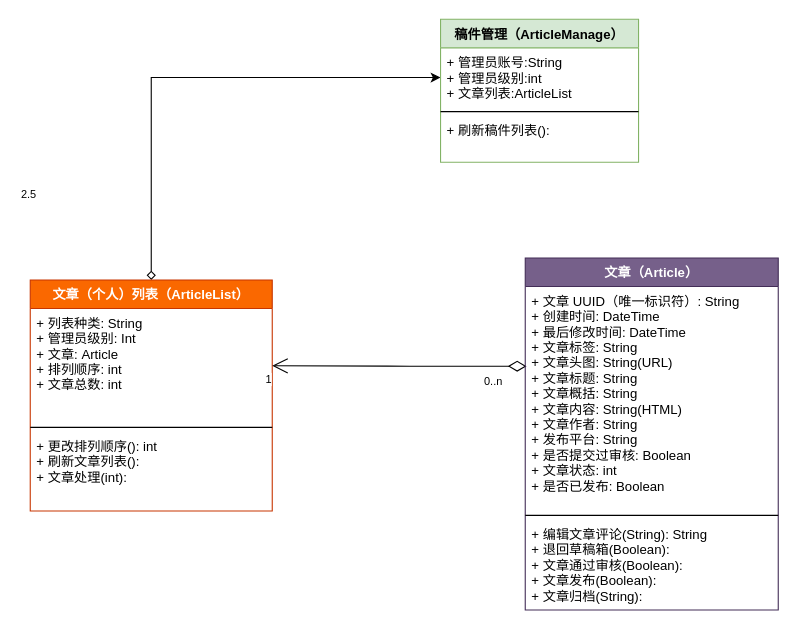
This is 1-SoftwareRequirements/ArticleManagement/am_class.drawio from zan-press/diagram, a draw.io file, before an edit. Source tidied: cells renumbered, new cells numbered last; positions are measured from the earlier drawing's top-left corner, leaving out a move shared by most shapes. Both pictures are drawn from the tidied source at 110%, with x=0, y=0 at pixel (19, 19).
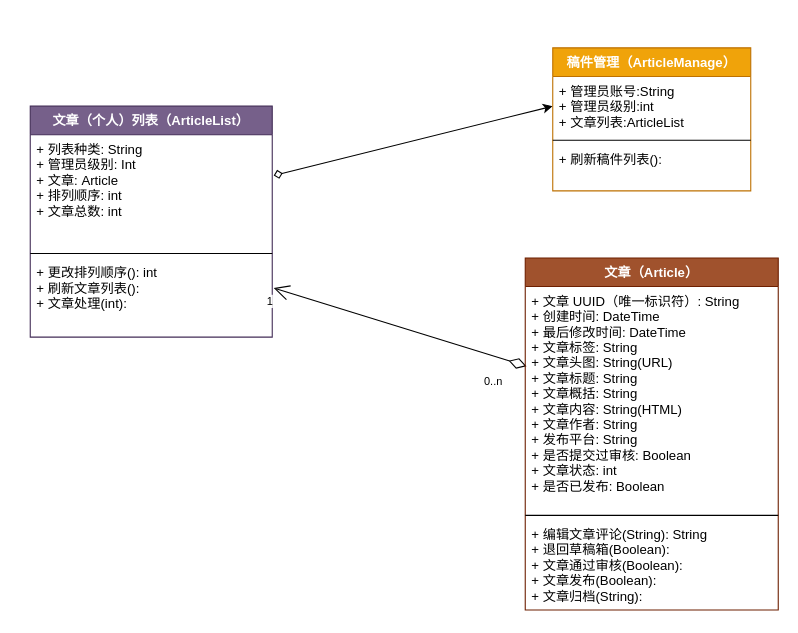
Above is the later version.

Diff of the diagram source:
```diff
@@
 <mxGraphModel>
   <root>
     <mxCell id="0" />
     <mxCell id="1" parent="0" />
-    <mxCell id="2" style="edgeStyle=orthogonalEdgeStyle;rounded=0;jettySize=auto;html=1;exitX=0.5;exitY=0;exitDx=0;exitDy=0;entryX=0;entryY=0.5;entryDx=0;entryDy=0;startArrow=diamond;startFill=0;" parent="1" edge="1" source="3" target="15">
+    <mxCell id="2" style="rounded=0;jettySize=auto;html=1;exitX=1.006;exitY=0.356;exitDx=0;exitDy=0;entryX=0;entryY=0.5;entryDx=0;entryDy=0;startArrow=diamond;startFill=0;fontFamily=SF Mono;exitPerimeter=0;" parent="1" edge="1" source="4" target="15">
       <mxGeometry relative="1" as="geometry" />
     </mxCell>
-    <mxCell id="3" value="文章（个人）列表（ArticleList）" style="swimlane;fontStyle=1;align=center;verticalAlign=top;horizontal=1;startSize=26;fillColor=#fa6800;strokeColor=#C73500;fontColor=#ffffff;" parent="1" vertex="1">
-      <mxGeometry x="10" y="237" width="220" height="210" as="geometry" />
+    <mxCell id="3" value="文章（个人）列表（ArticleList）" style="swimlane;fontStyle=1;align=center;verticalAlign=top;horizontal=1;startSize=26;fillColor=#76608a;strokeColor=#432D57;fontColor=#ffffff;fontFamily=SF Mono;" parent="1" vertex="1">
+      <mxGeometry x="10" y="79" width="220" height="210" as="geometry" />
     </mxCell>
-    <mxCell id="4" value="+ 列表种类: String&#10;+ 管理员级别: Int&#10;+ 文章: Article&#10;+ 排列顺序: int&#10;+ 文章总数: int" style="text;strokeColor=none;fillColor=none;align=left;verticalAlign=top;spacingLeft=4;spacingRight=4;overflow=hidden;points=[[0,0.5],[1,0.5]];portConstraint=eastwest;spacing=2;imageAspect=1;noLabel=0;" parent="3" vertex="1">
+    <mxCell id="4" value="+ 列表种类: String&#10;+ 管理员级别: Int&#10;+ 文章: Article&#10;+ 排列顺序: int&#10;+ 文章总数: int" style="text;strokeColor=none;fillColor=none;align=left;verticalAlign=top;spacingLeft=4;spacingRight=4;overflow=hidden;points=[[0,0.5],[1,0.5]];portConstraint=eastwest;spacing=2;imageAspect=1;noLabel=0;fontFamily=SF Mono;" parent="3" vertex="1">
       <mxGeometry y="26" width="220" height="104" as="geometry" />
     </mxCell>
-    <mxCell id="5" style="line;strokeWidth=1;fillColor=none;align=left;verticalAlign=middle;spacingTop=-1;spacingLeft=3;spacingRight=3;labelPosition=right;" parent="3" vertex="1">
+    <mxCell id="5" style="line;strokeWidth=1;fillColor=none;align=left;verticalAlign=middle;spacingTop=-1;spacingLeft=3;spacingRight=3;labelPosition=right;fontFamily=SF Mono;" parent="3" vertex="1">
       <mxGeometry y="130" width="220" height="8" as="geometry" />
     </mxCell>
-    <mxCell id="6" value="+ 更改排列顺序(): int&#10;+ 刷新文章列表():&#10;+ 文章处理(int):" style="text;strokeColor=none;fillColor=none;align=left;verticalAlign=top;spacingLeft=4;spacingRight=4;overflow=hidden;points=[[0,0.5],[1,0.5]];portConstraint=eastwest;" parent="3" vertex="1">
+    <mxCell id="6" value="+ 更改排列顺序(): int&#10;+ 刷新文章列表():&#10;+ 文章处理(int):" style="text;strokeColor=none;fillColor=none;align=left;verticalAlign=top;spacingLeft=4;spacingRight=4;overflow=hidden;points=[[0,0.5],[1,0.5]];portConstraint=eastwest;fontFamily=SF Mono;" parent="3" vertex="1">
       <mxGeometry y="138" width="220" height="72" as="geometry" />
     </mxCell>
-    <mxCell id="7" style="endArrow=open;html=1;endSize=12;startArrow=diamondThin;startSize=14;startFill=0;edgeStyle=orthogonalEdgeStyle;entryX=1;entryY=0.5;entryDx=0;entryDy=0;exitX=0.005;exitY=0.355;exitDx=0;exitDy=0;exitPerimeter=0;" parent="1" edge="1" source="11" target="4">
+    <mxCell id="7" style="endArrow=open;html=1;endSize=12;startArrow=diamondThin;startSize=14;startFill=0;entryX=1.006;entryY=0.381;entryDx=0;entryDy=0;exitX=0.005;exitY=0.355;exitDx=0;exitDy=0;exitPerimeter=0;fontFamily=SF Mono;entryPerimeter=0;" parent="1" edge="1" source="11" target="6">
       <mxGeometry relative="1" as="geometry" />
     </mxCell>
-    <mxCell id="8" value="0..n" style="html=1;align=left;verticalAlign=top;labelBackgroundColor=#ffffff;fontSize=10;" parent="7" vertex="1">
+    <mxCell id="8" value="0..n" style="html=1;align=left;verticalAlign=top;labelBackgroundColor=#ffffff;fontSize=10;fontFamily=SF Mono;" parent="7" vertex="1">
       <mxGeometry x="-1" relative="1" as="geometry">
         <mxPoint x="-40" y="2" as="offset" />
       </mxGeometry>
     </mxCell>
-    <mxCell id="9" value="1" style="html=1;align=right;verticalAlign=top;labelBackgroundColor=#ffffff;fontSize=10;" parent="7" vertex="1">
+    <mxCell id="9" value="1" style="html=1;align=right;verticalAlign=top;labelBackgroundColor=#ffffff;fontSize=10;fontFamily=SF Mono;" parent="7" vertex="1">
       <mxGeometry x="1" relative="1" as="geometry" />
     </mxCell>
-    <mxCell id="10" value="文章（Article）&#10;" style="swimlane;fontStyle=1;align=center;verticalAlign=top;horizontal=1;startSize=26;fillColor=#76608a;strokeColor=#432D57;fontColor=#ffffff;" parent="1" vertex="1">
+    <mxCell id="10" value="文章（Article）&#10;" style="swimlane;fontStyle=1;align=center;verticalAlign=top;horizontal=1;startSize=26;fillColor=#a0522d;strokeColor=#6D1F00;fontColor=#ffffff;fontFamily=SF Mono;" parent="1" vertex="1">
       <mxGeometry x="460" y="217" width="230" height="320" as="geometry" />
     </mxCell>
-    <mxCell id="11" value="+ 文章 UUID（唯一标识符）: String&#10;+ 创建时间: DateTime&#10;+ 最后修改时间: DateTime&#10;+ 文章标签: String&#10;+ 文章头图: String(URL)&#10;+ 文章标题: String&#10;+ 文章概括: String&#10;+ 文章内容: String(HTML)&#10;+ 文章作者: String&#10;+ 发布平台: String&#10;+ 是否提交过审核: Boolean&#10;+ 文章状态: int&#10;+ 是否已发布: Boolean&#10;" style="text;strokeColor=none;fillColor=none;align=left;verticalAlign=top;spacingLeft=4;spacingRight=4;overflow=hidden;points=[[0,0.5],[1,0.5]];portConstraint=eastwest;spacing=2;imageAspect=1;noLabel=0;" parent="10" vertex="1">
+    <mxCell id="11" value="+ 文章 UUID（唯一标识符）: String&#10;+ 创建时间: DateTime&#10;+ 最后修改时间: DateTime&#10;+ 文章标签: String&#10;+ 文章头图: String(URL)&#10;+ 文章标题: String&#10;+ 文章概括: String&#10;+ 文章内容: String(HTML)&#10;+ 文章作者: String&#10;+ 发布平台: String&#10;+ 是否提交过审核: Boolean&#10;+ 文章状态: int&#10;+ 是否已发布: Boolean&#10;" style="text;strokeColor=none;fillColor=none;align=left;verticalAlign=top;spacingLeft=4;spacingRight=4;overflow=hidden;points=[[0,0.5],[1,0.5]];portConstraint=eastwest;spacing=2;imageAspect=1;noLabel=0;fontFamily=SF Mono;" parent="10" vertex="1">
       <mxGeometry y="26" width="230" height="204" as="geometry" />
     </mxCell>
-    <mxCell id="12" style="line;strokeWidth=1;fillColor=none;align=left;verticalAlign=middle;spacingTop=-1;spacingLeft=3;spacingRight=3;labelPosition=right;" parent="10" vertex="1">
+    <mxCell id="12" style="line;strokeWidth=1;fillColor=none;align=left;verticalAlign=middle;spacingTop=-1;spacingLeft=3;spacingRight=3;labelPosition=right;fontFamily=SF Mono;" parent="10" vertex="1">
       <mxGeometry y="230" width="230" height="8" as="geometry" />
     </mxCell>
-    <mxCell id="13" value="+ 编辑文章评论(String): String&#10;+ 退回草稿箱(Boolean): &#10;+ 文章通过审核(Boolean):&#10;+ 文章发布(Boolean):&#10;+ 文章归档(String):&#10;" style="text;strokeColor=none;fillColor=none;align=left;verticalAlign=top;spacingLeft=4;spacingRight=4;overflow=hidden;" parent="10" vertex="1">
+    <mxCell id="13" value="+ 编辑文章评论(String): String&#10;+ 退回草稿箱(Boolean): &#10;+ 文章通过审核(Boolean):&#10;+ 文章发布(Boolean):&#10;+ 文章归档(String):&#10;" style="text;strokeColor=none;fillColor=none;align=left;verticalAlign=top;spacingLeft=4;spacingRight=4;overflow=hidden;fontFamily=SF Mono;" parent="10" vertex="1">
       <mxGeometry y="238" width="230" height="82" as="geometry" />
     </mxCell>
-    <mxCell id="14" value="稿件管理（ArticleManage）" style="swimlane;fontStyle=1;align=center;verticalAlign=top;horizontal=1;startSize=26;fillColor=#d5e8d4;strokeColor=#82b366;" parent="1" vertex="1">
-      <mxGeometry x="383" width="180" height="130" as="geometry" />
+    <mxCell id="14" value="稿件管理（ArticleManage）" style="swimlane;fontStyle=1;align=center;verticalAlign=top;horizontal=1;startSize=26;fillColor=#f0a30a;strokeColor=#BD7000;fontFamily=SF Mono;fontColor=#ffffff;" parent="1" vertex="1">
+      <mxGeometry x="485" y="26" width="180" height="130" as="geometry" />
     </mxCell>
-    <mxCell id="15" value="+ 管理员账号:String&#10;+ 管理员级别:int&#10;+ 文章列表:ArticleList" style="text;strokeColor=none;fillColor=none;align=left;verticalAlign=top;spacingLeft=4;spacingRight=4;overflow=hidden;points=[[0,0.5],[1,0.5]];portConstraint=eastwest;" parent="14" vertex="1">
+    <mxCell id="15" value="+ 管理员账号:String&#10;+ 管理员级别:int&#10;+ 文章列表:ArticleList" style="text;strokeColor=none;fillColor=none;align=left;verticalAlign=top;spacingLeft=4;spacingRight=4;overflow=hidden;points=[[0,0.5],[1,0.5]];portConstraint=eastwest;fontFamily=SF Mono;" parent="14" vertex="1">
       <mxGeometry y="26" width="180" height="54" as="geometry" />
     </mxCell>
-    <mxCell id="16" style="line;strokeWidth=1;fillColor=none;align=left;verticalAlign=middle;spacingTop=-1;spacingLeft=3;spacingRight=3;labelPosition=right;" parent="14" vertex="1">
+    <mxCell id="16" style="line;strokeWidth=1;fillColor=none;align=left;verticalAlign=middle;spacingTop=-1;spacingLeft=3;spacingRight=3;labelPosition=right;fontFamily=SF Mono;" parent="14" vertex="1">
       <mxGeometry y="80" width="180" height="8" as="geometry" />
     </mxCell>
-    <mxCell id="17" value="+ 刷新稿件列表():" style="text;strokeColor=none;fillColor=none;align=left;verticalAlign=top;spacingLeft=4;spacingRight=4;overflow=hidden;" parent="14" vertex="1">
+    <mxCell id="17" value="+ 刷新稿件列表():" style="text;strokeColor=none;fillColor=none;align=left;verticalAlign=top;spacingLeft=4;spacingRight=4;overflow=hidden;fontFamily=SF Mono;" parent="14" vertex="1">
       <mxGeometry y="88" width="180" height="42" as="geometry" />
     </mxCell>
-    <mxCell id="18" value="2.5" style="html=1;align=left;verticalAlign=top;labelBackgroundColor=#ffffff;fontSize=10;" parent="1" vertex="1">
-      <mxGeometry y="147" as="geometry" />
-    </mxCell>
   </root>
 </mxGraphModel>
```
